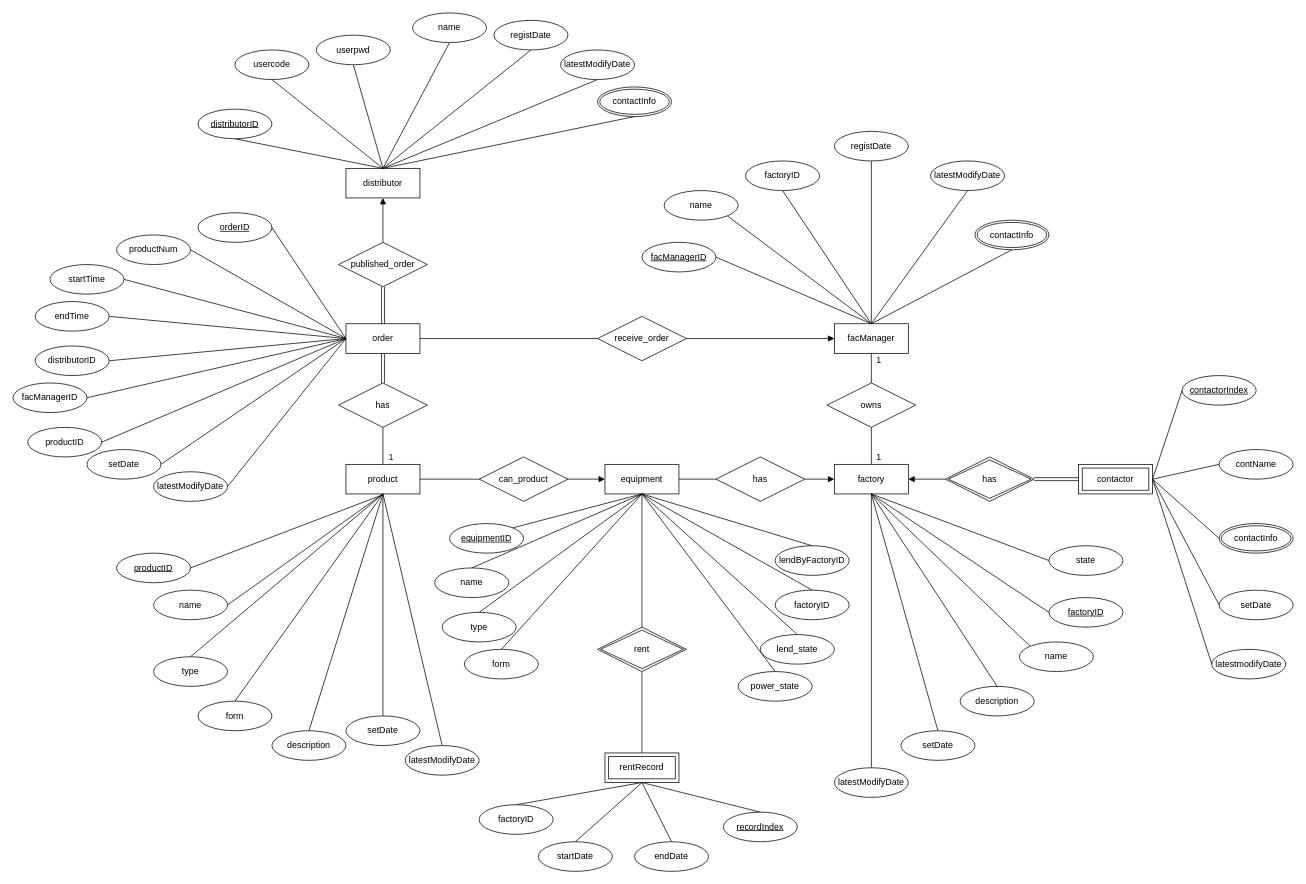
The draw.io diagram Untitled Diagram.drawio in WZYtrick/ERD, before the edit. Source tidied: cells renumbered, new cells numbered last; positions are measured from the earlier drawing's top-left corner, leaving out a move shared by most shapes. Both pictures are drawn from the tidied source at 74%, with x=0, y=0 at pixel (13, 13).
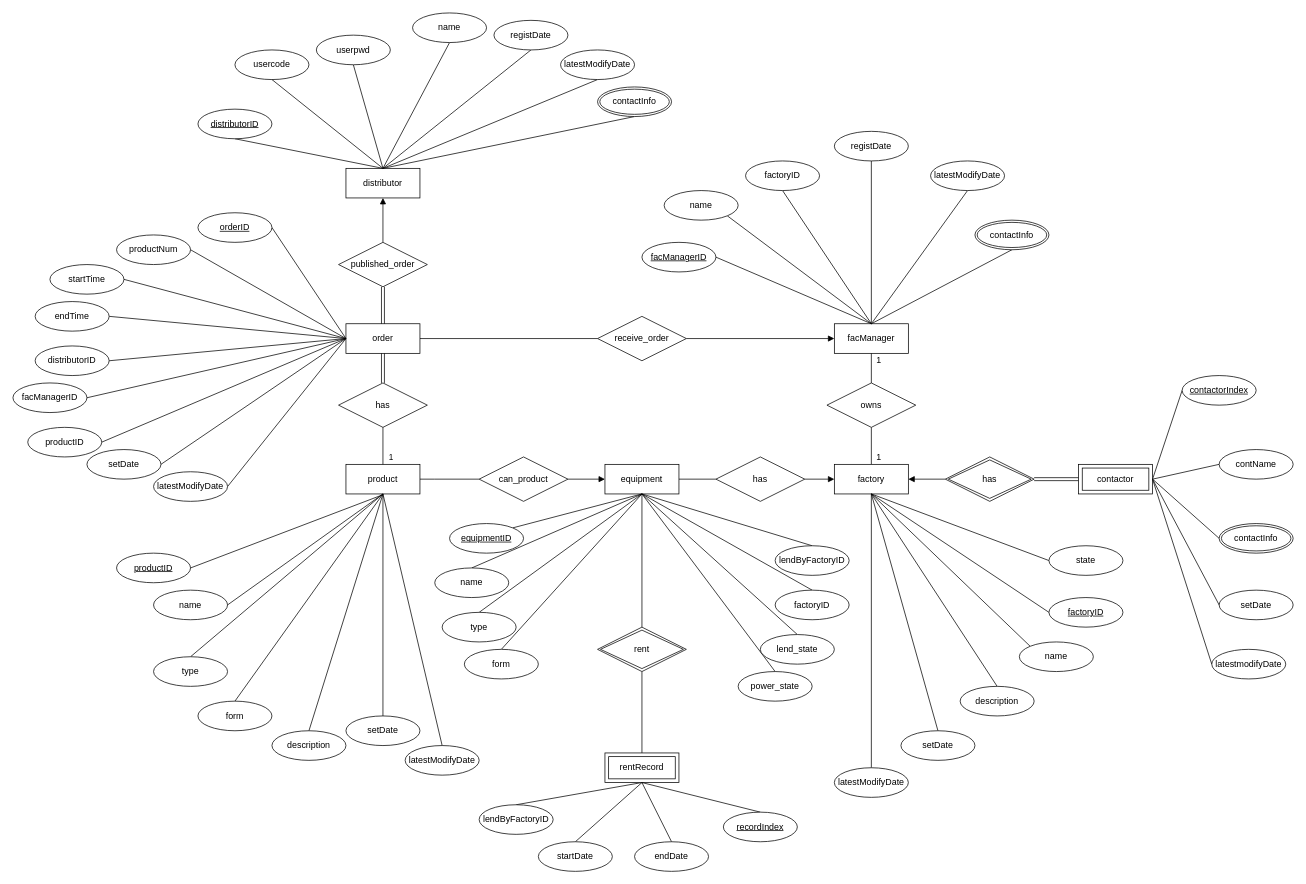
The same page after the edit.

What changed in the source:
```diff
@@
-    <mxCell id="132" value="factoryID" style="ellipse;whiteSpace=wrap;html=1;align=center;" parent="1" vertex="1">
+    <mxCell id="132" value="lendByFactoryID" style="ellipse;whiteSpace=wrap;html=1;align=center;" parent="1" vertex="1">
       <mxGeometry x="630" y="1070" width="100" height="40" as="geometry" />
     </mxCell>
```
